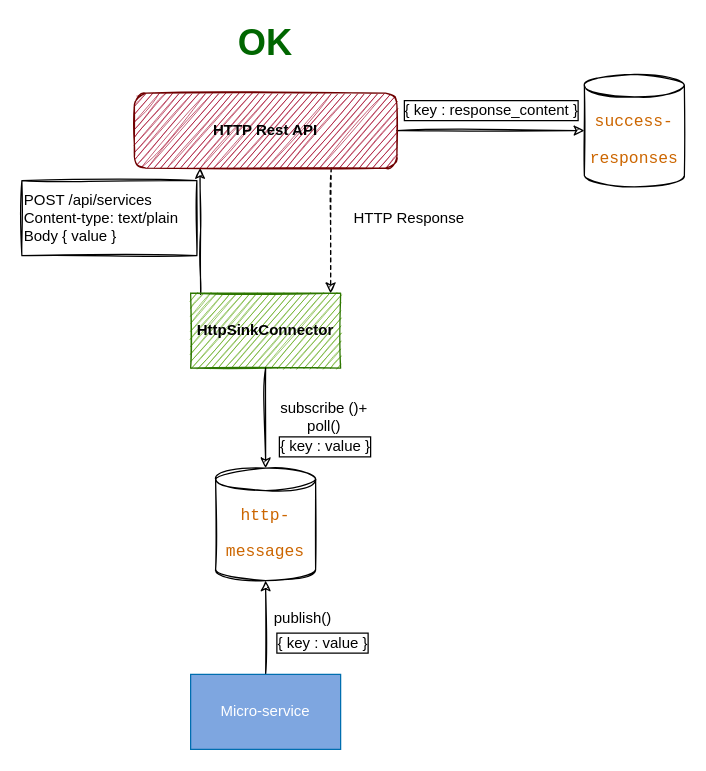
Earlier version of the draw.io diagram page "workflow3" (4 of 7) of docs/schemas.drawio (LGouellec/kafka-http-request-reply). Source tidied: cells renumbered, new cells numbered last; positions are measured from the earlier drawing's top-left corner, leaving out a move shared by most shapes. Both pictures are drawn from the tidied source at 125%, with x=0, y=0 at pixel (21, 30).
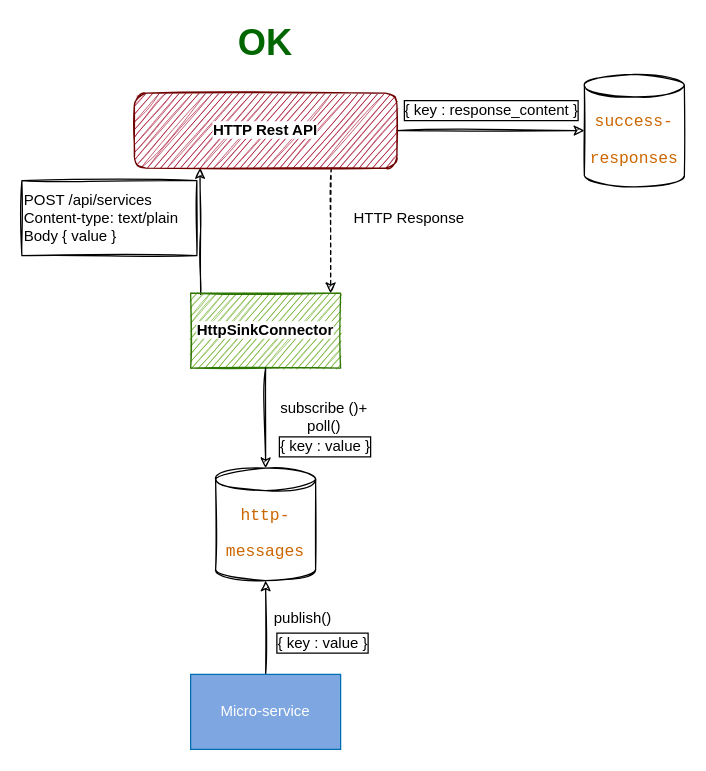
After the change.

The edit, as a diff of the source:
```diff
@@
-    <mxCell id="3" value="&lt;font color=&quot;#000000&quot;&gt;&lt;b&gt;HttpSinkConnector&lt;/b&gt;&lt;/font&gt;" style="rounded=0;whiteSpace=wrap;html=1;sketch=1;fillColor=#60a917;fontColor=#ffffff;strokeColor=#2D7600;" parent="1" vertex="1">
+    <mxCell id="3" value="&lt;font color=&quot;#000000&quot;&gt;&lt;b style=&quot;background-color: rgb(255 , 255 , 255)&quot;&gt;HttpSinkConnector&lt;/b&gt;&lt;/font&gt;" style="rounded=0;whiteSpace=wrap;html=1;sketch=1;fillColor=#60a917;fontColor=#ffffff;strokeColor=#2D7600;" parent="1" vertex="1">
       <mxGeometry x="135" y="210" width="120" height="60" as="geometry" />
     </mxCell>
@@
-    <mxCell id="14" value="&lt;font color=&quot;#000000&quot;&gt;&lt;b&gt;HTTP Rest API&lt;/b&gt;&lt;/font&gt;" style="rounded=1;whiteSpace=wrap;html=1;fillColor=#a20025;fontColor=#ffffff;strokeColor=#6F0000;sketch=1;" parent="1" vertex="1">
+    <mxCell id="14" value="&lt;font color=&quot;#000000&quot;&gt;&lt;b style=&quot;background-color: rgb(255 , 255 , 255)&quot;&gt;HTTP Rest API&lt;/b&gt;&lt;/font&gt;" style="rounded=1;whiteSpace=wrap;html=1;fillColor=#a20025;fontColor=#ffffff;strokeColor=#6F0000;sketch=1;" parent="1" vertex="1">
       <mxGeometry x="90" y="50" width="210" height="60" as="geometry" />
     </mxCell>
```
